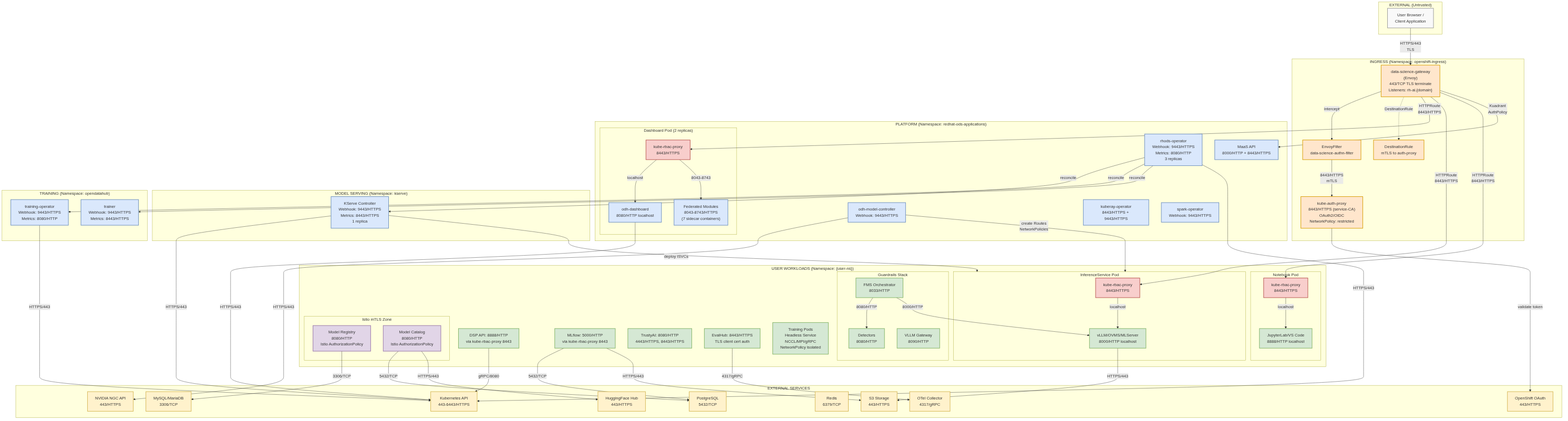
The Mermaid diagram architecture/rhoai-3.4-ea.2/diagrams/platform-security-network.png in rhuss/architecture-context, before a commit. Its source is kept beside it as architecture/rhoai-3.4-ea.2/diagrams/platform-security-network.mmd. Source of this version:
```mermaid

graph TB
    subgraph External["EXTERNAL (Untrusted)"]
        User["User Browser /<br/>Client Application"]
    end

    subgraph Ingress["INGRESS (Namespace: openshift-ingress)"]
        Gateway["data-science-gateway<br/>(Envoy)<br/>443/TCP TLS terminate<br/>Listeners: rh-ai.{domain}"]
        EnvoyFilter["EnvoyFilter<br/>data-science-authn-filter"]
        AuthProxy["kube-auth-proxy<br/>8443/HTTPS (service-CA)<br/>OAuth2/OIDC<br/>NetworkPolicy: restricted"]
        DestRule["DestinationRule<br/>mTLS to auth-proxy"]
    end

    subgraph PlatformNS["PLATFORM (Namespace: redhat-ods-applications)"]
        direction TB

        subgraph DashboardPod["Dashboard Pod (2 replicas)"]
            DashProxy["kube-rbac-proxy<br/>8443/HTTPS"]
            DashApp["odh-dashboard<br/>8080/HTTP localhost"]
            FedModules["Federated Modules<br/>8043-8743/HTTPS<br/>(7 sidecar containers)"]
        end

        RhodsOp["rhods-operator<br/>Webhook: 9443/HTTPS<br/>Metrics: 8080/HTTP<br/>3 replicas"]
        ModelCtrl["odh-model-controller<br/>Webhook: 9443/HTTPS"]
        KubeRayOp["kuberay-operator<br/>8443/HTTPS + 9443/HTTPS"]
        SparkOp["spark-operator<br/>Webhook: 9443/HTTPS"]
        MaaSAPI["MaaS API<br/>8000/HTTP + 8443/HTTPS"]
    end

    subgraph KServeNS["MODEL SERVING (Namespace: kserve)"]
        KServeCtrl["KServe Controller<br/>Webhook: 9443/HTTPS<br/>Metrics: 8443/HTTPS<br/>1 replica"]
    end

    subgraph TrainingNS["TRAINING (Namespace: opendatahub)"]
        TrainingOp["training-operator<br/>Webhook: 9443/HTTPS<br/>Metrics: 8080/HTTP"]
        TrainerCtrl["trainer<br/>Webhook: 9443/HTTPS<br/>Metrics: 8443/HTTPS"]
    end

    subgraph UserNS["USER WORKLOADS (Namespace: {user-ns})"]
        direction TB

        subgraph ISVCPod["InferenceService Pod"]
            ISVCProxy["kube-rbac-proxy<br/>8443/HTTPS"]
            vLLM["vLLM/OVMS/MLServer<br/>8000/HTTP localhost"]
        end

        subgraph NotebookPod["Notebook Pod"]
            NBProxy["kube-rbac-proxy<br/>8443/HTTPS"]
            Jupyter["JupyterLab/VS Code<br/>8888/HTTP localhost"]
        end

        subgraph GuardrailsPod["Guardrails Stack"]
            FMSOrch["FMS Orchestrator<br/>8033/HTTP"]
            Detectors["Detectors<br/>8080/HTTP"]
            VLLMGw["VLLM Gateway<br/>8090/HTTP"]
        end

        subgraph IstioZone["Istio mTLS Zone"]
            ModelReg["Model Registry<br/>8080/HTTP<br/>Istio AuthorizationPolicy"]
            ModelCat["Model Catalog<br/>8080/HTTP<br/>Istio AuthorizationPolicy"]
        end

        DSP["DSP API: 8888/HTTP<br/>via kube-rbac-proxy 8443"]
        MLflowSvc["MLflow: 5000/HTTP<br/>via kube-rbac-proxy 8443"]
        TrustyAI["TrustyAI: 8080/HTTP<br/>4443/HTTPS, 8443/HTTPS"]
        EvalHubSvc["EvalHub: 8443/HTTPS<br/>TLS client cert auth"]
        TrainPods["Training Pods<br/>Headless Service<br/>NCCL/MPI/gRPC<br/>NetworkPolicy isolated"]
    end

    subgraph ExternalSvc["EXTERNAL SERVICES"]
        OAuth["OpenShift OAuth<br/>443/HTTPS"]
        K8sAPI["Kubernetes API<br/>443-6443/HTTPS"]
        PostgreSQL["PostgreSQL<br/>5432/TCP"]
        MySQL["MySQL/MariaDB<br/>3306/TCP"]
        S3["S3 Storage<br/>443/HTTPS"]
        Redis["Redis<br/>6379/TCP"]
        HuggingFace["HuggingFace Hub<br/>443/HTTPS"]
        NVIDIA["NVIDIA NGC API<br/>443/HTTPS"]
        OTel["OTel Collector<br/>4317/gRPC"]
    end

    User -->|"HTTPS/443<br/>TLS"| Gateway
    Gateway -->|intercept| EnvoyFilter
    EnvoyFilter -->|"8443/HTTPS<br/>mTLS"| AuthProxy
    AuthProxy -->|"validate token"| OAuth
    Gateway -.->|DestinationRule| DestRule

    Gateway -->|"HTTPRoute<br/>8443/HTTPS"| DashProxy
    DashProxy -->|"localhost"| DashApp
    DashProxy -->|"8043-8743"| FedModules
    Gateway -->|"HTTPRoute<br/>8443/HTTPS"| ISVCProxy
    ISVCProxy -->|"localhost"| vLLM
    Gateway -->|"HTTPRoute<br/>8443/HTTPS"| NBProxy
    NBProxy -->|"localhost"| Jupyter
    Gateway -->|"Kuadrant<br/>AuthPolicy"| MaaSAPI

    RhodsOp -->|"reconcile"| KServeCtrl
    RhodsOp -->|"reconcile"| TrainingOp
    RhodsOp -->|"reconcile"| TrainerCtrl
    KServeCtrl -->|"deploy ISVCs"| ISVCPod
    ModelCtrl -->|"create Routes<br/>NetworkPolicies"| ISVCPod

    vLLM -->|"HTTPS/443"| S3
    DSP -->|"gRPC/8080"| K8sAPI
    MLflowSvc -->|"5432/TCP"| PostgreSQL
    MLflowSvc -->|"HTTPS/443"| S3
    ModelReg -->|"3306/TCP"| MySQL
    ModelCat -->|"5432/TCP"| PostgreSQL
    ModelCat -->|"HTTPS/443"| HuggingFace
    ModelCtrl -->|"HTTPS/443"| NVIDIA
    EvalHubSvc -->|"4317/gRPC"| OTel
    FMSOrch -->|"8080/HTTP"| Detectors
    FMSOrch -->|"8000/HTTP"| vLLM

    RhodsOp -->|"HTTPS/443"| K8sAPI
    KServeCtrl -->|"HTTPS/443"| K8sAPI
    TrainingOp -->|"HTTPS/443"| K8sAPI
    DashApp -->|"HTTPS/443"| K8sAPI

    classDef external fill:#f9f9f9,stroke:#999,stroke-width:2px
    classDef ingress fill:#ffe6cc,stroke:#d79b00,stroke-width:2px
    classDef platform fill:#dae8fc,stroke:#6c8ebf,stroke-width:2px
    classDef userworkload fill:#d5e8d4,stroke:#82b366,stroke-width:2px
    classDef istio fill:#e1d5e7,stroke:#9673a6,stroke-width:2px
    classDef extsvc fill:#fff2cc,stroke:#d6b656,stroke-width:2px
    classDef proxy fill:#f8cecc,stroke:#b85450,stroke-width:2px

    class User external
    class Gateway,EnvoyFilter,AuthProxy,DestRule ingress
    class DashApp,RhodsOp,ModelCtrl,KubeRayOp,SparkOp,MaaSAPI,FedModules platform
    class DashProxy,ISVCProxy,NBProxy proxy
    class vLLM,Jupyter,FMSOrch,Detectors,VLLMGw,DSP,MLflowSvc,TrustyAI,EvalHubSvc,TrainPods userworkload
    class ModelReg,ModelCat istio
    class KServeCtrl,TrainingOp,TrainerCtrl platform
    class OAuth,K8sAPI,PostgreSQL,MySQL,S3,Redis,HuggingFace,NVIDIA,OTel extsvc
```
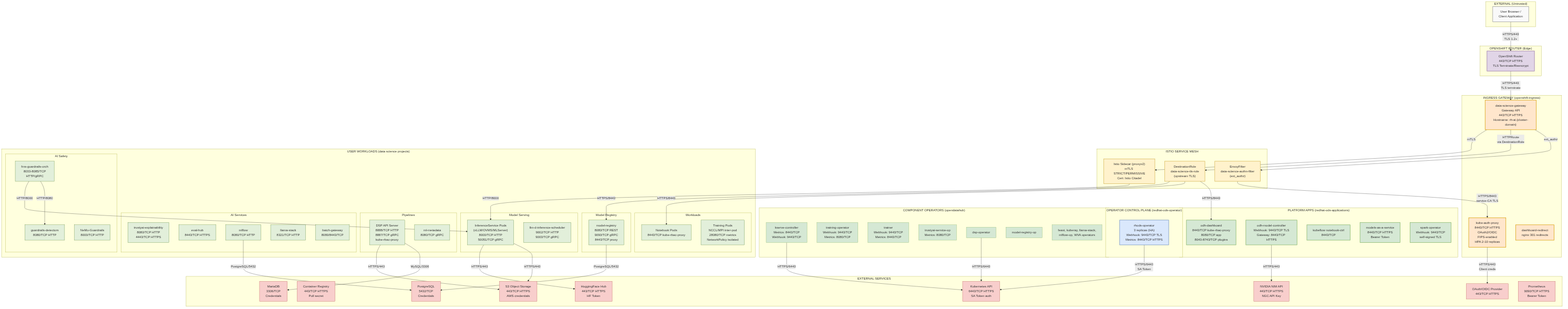
The same diagram one commit later.

Diff of the diagram source:
```diff
@@ -1,135 +1,142 @@
 
 graph TB
     subgraph External["EXTERNAL (Untrusted)"]
-        User["User Browser /<br/>Client Application"]
+        Client["User Browser /<br/>Client Application"]
     end
 
-    subgraph Ingress["INGRESS (Namespace: openshift-ingress)"]
-        Gateway["data-science-gateway<br/>(Envoy)<br/>443/TCP TLS terminate<br/>Listeners: rh-ai.{domain}"]
-        EnvoyFilter["EnvoyFilter<br/>data-science-authn-filter"]
-        AuthProxy["kube-auth-proxy<br/>8443/HTTPS (service-CA)<br/>OAuth2/OIDC<br/>NetworkPolicy: restricted"]
-        DestRule["DestinationRule<br/>mTLS to auth-proxy"]
+    subgraph Router["OPENSHIFT ROUTER (Edge)"]
+        OSRouter["OpenShift Router<br/>443/TCP HTTPS<br/>TLS Terminate/Reencrypt"]
     end
 
-    subgraph PlatformNS["PLATFORM (Namespace: redhat-ods-applications)"]
+    subgraph IngressGW["INGRESS GATEWAY (openshift-ingress)"]
+        Gateway["data-science-gateway<br/>Gateway API<br/>443/TCP HTTPS<br/>Hostname: rh-ai.{cluster-domain}"]
+        AuthProxy["kube-auth-proxy<br/>8443/TCP HTTPS<br/>OAuth2/OIDC<br/>FIPS-enabled<br/>HPA 2-10 replicas"]
+        DashRedir["dashboard-redirect<br/>nginx 301 redirects"]
+    end
+
+    subgraph OperatorCP["OPERATOR CONTROL PLANE (redhat-ods-operator)"]
+        RhodsOp["rhods-operator<br/>3 replicas (HA)<br/>Webhook: 9443/TCP TLS<br/>Metrics: 8443/TCP HTTPS"]
+    end
+
+    subgraph PlatformApps["PLATFORM APPS (redhat-ods-applications)"]
+        Dashboard["odh-dashboard<br/>8443/TCP kube-rbac-proxy<br/>8080/TCP app<br/>8043-8743/TCP plugins"]
+        ModelCtrl["odh-model-controller<br/>Webhook: 9443/TCP TLS<br/>Gateway: 8443/TCP HTTPS"]
+        NotebookCtrl["kubeflow notebook-ctrl<br/>8443/TCP"]
+        MaaS["models-as-a-service<br/>8443/TCP HTTPS<br/>Bearer Token"]
+        SparkOp["spark-operator<br/>Webhook: 9443/TCP<br/>self-signed TLS"]
+    end
+
+    subgraph CompOperators["COMPONENT OPERATORS (opendatahub)"]
+        KServeCtrl["kserve-controller<br/>Metrics: 8443/TCP<br/>Webhook: 9443/TCP"]
+        TrainingOp["training-operator<br/>Webhook: 9443/TCP<br/>Metrics: 8080/TCP"]
+        TrainerOp["trainer<br/>Webhook: 9443/TCP<br/>Metrics: 8443/TCP"]
+        TrustyAIOp["trustyai-service-op<br/>Metrics: 8080/TCP"]
+        DSPOp["dsp-operator"]
+        MROp["model-registry-op"]
+        OtherOps["feast, kuberay, llama-stack,<br/>mlflow-op, WVA operators"]
+    end
+
+    subgraph ServiceMesh["ISTIO SERVICE MESH"]
+        EnvoyFilter["EnvoyFilter<br/>data-science-authn-filter<br/>(ext_authz)"]
+        DestRule["DestinationRule<br/>data-science-tls-rule<br/>(upstream TLS)"]
+        Sidecar["Istio Sidecar (proxyv2)<br/>mTLS STRICT/PERMISSIVE<br/>Cert: Istio Citadel"]
+    end
+
+    subgraph UserNS["USER WORKLOADS (data science projects)"]
         direction TB
 
-        subgraph DashboardPod["Dashboard Pod (2 replicas)"]
-            DashProxy["kube-rbac-proxy<br/>8443/HTTPS"]
-            DashApp["odh-dashboard<br/>8080/HTTP localhost"]
-            FedModules["Federated Modules<br/>8043-8743/HTTPS<br/>(7 sidecar containers)"]
+        subgraph ServingPods["Model Serving"]
+            InferPod["InferenceService Pods<br/>(vLLM/OVMS/MLServer)<br/>8000/TCP HTTP<br/>50051/TCP gRPC"]
+            LLMDEPP["llm-d-inference-scheduler<br/>9002/TCP HTTP<br/>9003/TCP gRPC"]
         end
 
-        RhodsOp["rhods-operator<br/>Webhook: 9443/HTTPS<br/>Metrics: 8080/HTTP<br/>3 replicas"]
-        ModelCtrl["odh-model-controller<br/>Webhook: 9443/HTTPS"]
-        KubeRayOp["kuberay-operator<br/>8443/HTTPS + 9443/HTTPS"]
-        SparkOp["spark-operator<br/>Webhook: 9443/HTTPS"]
-        MaaSAPI["MaaS API<br/>8000/HTTP + 8443/HTTPS"]
-    end
-
-    subgraph KServeNS["MODEL SERVING (Namespace: kserve)"]
-        KServeCtrl["KServe Controller<br/>Webhook: 9443/HTTPS<br/>Metrics: 8443/HTTPS<br/>1 replica"]
-    end
-
-    subgraph TrainingNS["TRAINING (Namespace: opendatahub)"]
-        TrainingOp["training-operator<br/>Webhook: 9443/HTTPS<br/>Metrics: 8080/HTTP"]
-        TrainerCtrl["trainer<br/>Webhook: 9443/HTTPS<br/>Metrics: 8443/HTTPS"]
-    end
-
-    subgraph UserNS["USER WORKLOADS (Namespace: {user-ns})"]
-        direction TB
-
-        subgraph ISVCPod["InferenceService Pod"]
-            ISVCProxy["kube-rbac-proxy<br/>8443/HTTPS"]
-            vLLM["vLLM/OVMS/MLServer<br/>8000/HTTP localhost"]
+        subgraph PipelinePods["Pipelines"]
+            DSPApi["DSP API Server<br/>8888/TCP HTTP<br/>8887/TCP gRPC<br/>kube-rbac-proxy"]
+            MLMD["ml-metadata<br/>8080/TCP gRPC"]
         end
 
-        subgraph NotebookPod["Notebook Pod"]
-            NBProxy["kube-rbac-proxy<br/>8443/HTTPS"]
-            Jupyter["JupyterLab/VS Code<br/>8888/HTTP localhost"]
+        subgraph RegistryPods["Model Registry"]
+            MR["model-registry<br/>8080/TCP REST<br/>9090/TCP gRPC<br/>8443/TCP proxy"]
         end
 
-        subgraph GuardrailsPod["Guardrails Stack"]
-            FMSOrch["FMS Orchestrator<br/>8033/HTTP"]
-            Detectors["Detectors<br/>8080/HTTP"]
-            VLLMGw["VLLM Gateway<br/>8090/HTTP"]
+        subgraph SafetyPods["AI Safety"]
+            GuardrailsOrc["fms-guardrails-orch<br/>8033-8085/TCP<br/>HTTP/gRPC"]
+            Detectors["guardrails-detectors<br/>8080/TCP HTTP"]
+            NeMoGR["NeMo-Guardrails<br/>8000/TCP HTTP"]
         end
 
-        subgraph IstioZone["Istio mTLS Zone"]
-            ModelReg["Model Registry<br/>8080/HTTP<br/>Istio AuthorizationPolicy"]
-            ModelCat["Model Catalog<br/>8080/HTTP<br/>Istio AuthorizationPolicy"]
+        subgraph AIPods["AI Services"]
+            TrustyAI["trustyai-explainability<br/>8080/TCP HTTP<br/>4443/TCP HTTPS"]
+            EvalHub["eval-hub<br/>8443/TCP HTTPS"]
+            MLflow["mlflow<br/>8080/TCP HTTP"]
+            LlamaStack["llama-stack<br/>8321/TCP HTTP"]
+            BatchGW["batch-gateway<br/>8080/8443/TCP"]
         end
 
-        DSP["DSP API: 8888/HTTP<br/>via kube-rbac-proxy 8443"]
-        MLflowSvc["MLflow: 5000/HTTP<br/>via kube-rbac-proxy 8443"]
-        TrustyAI["TrustyAI: 8080/HTTP<br/>4443/HTTPS, 8443/HTTPS"]
-        EvalHubSvc["EvalHub: 8443/HTTPS<br/>TLS client cert auth"]
-        TrainPods["Training Pods<br/>Headless Service<br/>NCCL/MPI/gRPC<br/>NetworkPolicy isolated"]
+        subgraph WorkloadPods["Workloads"]
+            Notebooks["Notebook Pods<br/>8443/TCP kube-rbac-proxy"]
+            TrainPods["Training Pods<br/>NCCL/MPI inter-pod<br/>28080/TCP metrics<br/>NetworkPolicy isolated"]
+        end
     end
 
     subgraph ExternalSvc["EXTERNAL SERVICES"]
-        OAuth["OpenShift OAuth<br/>443/HTTPS"]
-        K8sAPI["Kubernetes API<br/>443-6443/HTTPS"]
-        PostgreSQL["PostgreSQL<br/>5432/TCP"]
-        MySQL["MySQL/MariaDB<br/>3306/TCP"]
-        S3["S3 Storage<br/>443/HTTPS"]
-        Redis["Redis<br/>6379/TCP"]
-        HuggingFace["HuggingFace Hub<br/>443/HTTPS"]
-        NVIDIA["NVIDIA NGC API<br/>443/HTTPS"]
-        OTel["OTel Collector<br/>4317/gRPC"]
+        K8sAPI["Kubernetes API<br/>6443/TCP HTTPS<br/>SA Token auth"]
+        Registry["Container Registry<br/>443/TCP HTTPS<br/>Pull secret"]
+        S3["S3 Object Storage<br/>443/TCP HTTPS<br/>AWS credentials"]
+        HFHub["HuggingFace Hub<br/>443/TCP HTTPS<br/>HF Token"]
+        MariaDB["MariaDB<br/>3306/TCP<br/>Credentials"]
+        PostgreSQL["PostgreSQL<br/>5432/TCP<br/>Credentials"]
+        IDP["OAuth/OIDC Provider<br/>443/TCP HTTPS"]
+        NIM["NVIDIA NIM API<br/>443/TCP HTTPS<br/>NGC API Key"]
+        Prometheus["Prometheus<br/>9090/TCP HTTPS<br/>Bearer Token"]
     end
 
-    User -->|"HTTPS/443<br/>TLS"| Gateway
-    Gateway -->|intercept| EnvoyFilter
-    EnvoyFilter -->|"8443/HTTPS<br/>mTLS"| AuthProxy
-    AuthProxy -->|"validate token"| OAuth
-    Gateway -.->|DestinationRule| DestRule
+    Client -->|"HTTPS/443<br/>TLS 1.2+"| OSRouter
+    OSRouter -->|"HTTPS/443<br/>TLS terminate"| Gateway
 
-    Gateway -->|"HTTPRoute<br/>8443/HTTPS"| DashProxy
-    DashProxy -->|"localhost"| DashApp
-    DashProxy -->|"8043-8743"| FedModules
-    Gateway -->|"HTTPRoute<br/>8443/HTTPS"| ISVCProxy
-    ISVCProxy -->|"localhost"| vLLM
-    Gateway -->|"HTTPRoute<br/>8443/HTTPS"| NBProxy
-    NBProxy -->|"localhost"| Jupyter
-    Gateway -->|"Kuadrant<br/>AuthPolicy"| MaaSAPI
+    Gateway -->|"ext_authz"| EnvoyFilter
+    EnvoyFilter -->|"HTTPS/8443<br/>service-CA TLS"| AuthProxy
+    AuthProxy -->|"HTTPS/443<br/>Client creds"| IDP
 
-    RhodsOp -->|"reconcile"| KServeCtrl
-    RhodsOp -->|"reconcile"| TrainingOp
-    RhodsOp -->|"reconcile"| TrainerCtrl
-    KServeCtrl -->|"deploy ISVCs"| ISVCPod
-    ModelCtrl -->|"create Routes<br/>NetworkPolicies"| ISVCPod
+    Gateway -->|"HTTPRoute<br/>via DestinationRule"| DestRule
+    DestRule -->|"HTTPS/8443"| Dashboard
+    DestRule -->|"HTTPS/8443"| Notebooks
+    DestRule -->|"HTTPS/8443"| MR
 
-    vLLM -->|"HTTPS/443"| S3
-    DSP -->|"gRPC/8080"| K8sAPI
-    MLflowSvc -->|"5432/TCP"| PostgreSQL
-    MLflowSvc -->|"HTTPS/443"| S3
-    ModelReg -->|"3306/TCP"| MySQL
-    ModelCat -->|"5432/TCP"| PostgreSQL
-    ModelCat -->|"HTTPS/443"| HuggingFace
-    ModelCtrl -->|"HTTPS/443"| NVIDIA
-    EvalHubSvc -->|"4317/gRPC"| OTel
-    FMSOrch -->|"8080/HTTP"| Detectors
-    FMSOrch -->|"8000/HTTP"| vLLM
+    RhodsOp -->|"HTTPS/6443<br/>SA Token"| K8sAPI
+    KServeCtrl -->|"HTTPS/6443"| K8sAPI
+    DSPOp -->|"HTTPS/6443"| K8sAPI
 
-    RhodsOp -->|"HTTPS/443"| K8sAPI
-    KServeCtrl -->|"HTTPS/443"| K8sAPI
-    TrainingOp -->|"HTTPS/443"| K8sAPI
-    DashApp -->|"HTTPS/443"| K8sAPI
+    Gateway -->|"mTLS"| Sidecar
+    Sidecar -->|"HTTP/8000"| InferPod
+
+    InferPod -->|"HTTPS/443"| S3
+    InferPod -->|"HTTPS/443"| HFHub
+    DSPApi -->|"MySQL/3306"| MariaDB
+    DSPApi -->|"HTTPS/443"| S3
+    MR -->|"PostgreSQL/5432"| PostgreSQL
+    ModelCtrl -->|"HTTPS/443"| NIM
+    MLflow -->|"PostgreSQL/5432"| PostgreSQL
+
+    GuardrailsOrc -->|"HTTP/8080"| Detectors
+    GuardrailsOrc -->|"HTTP/8000"| InferPod
 
     classDef external fill:#f9f9f9,stroke:#999,stroke-width:2px
+    classDef router fill:#e1d5e7,stroke:#9673a6,stroke-width:2px
     classDef ingress fill:#ffe6cc,stroke:#d79b00,stroke-width:2px
-    classDef platform fill:#dae8fc,stroke:#6c8ebf,stroke-width:2px
-    classDef userworkload fill:#d5e8d4,stroke:#82b366,stroke-width:2px
-    classDef istio fill:#e1d5e7,stroke:#9673a6,stroke-width:2px
-    classDef extsvc fill:#fff2cc,stroke:#d6b656,stroke-width:2px
-    classDef proxy fill:#f8cecc,stroke:#b85450,stroke-width:2px
+    classDef controlplane fill:#dae8fc,stroke:#6c8ebf,stroke-width:2px
+    classDef platform fill:#d5e8d4,stroke:#82b366,stroke-width:2px
+    classDef operators fill:#d5e8d4,stroke:#82b366,stroke-width:1px
+    classDef mesh fill:#fff2cc,stroke:#d6b656,stroke-width:2px
+    classDef userworkload fill:#e2efda,stroke:#548235,stroke-width:1px
+    classDef extsvc fill:#f8cecc,stroke:#b85450,stroke-width:1px
 
-    class User external
-    class Gateway,EnvoyFilter,AuthProxy,DestRule ingress
-    class DashApp,RhodsOp,ModelCtrl,KubeRayOp,SparkOp,MaaSAPI,FedModules platform
-    class DashProxy,ISVCProxy,NBProxy proxy
-    class vLLM,Jupyter,FMSOrch,Detectors,VLLMGw,DSP,MLflowSvc,TrustyAI,EvalHubSvc,TrainPods userworkload
-    class ModelReg,ModelCat istio
-    class KServeCtrl,TrainingOp,TrainerCtrl platform
-    class OAuth,K8sAPI,PostgreSQL,MySQL,S3,Redis,HuggingFace,NVIDIA,OTel extsvc
+    class Client external
+    class OSRouter router
+    class Gateway,AuthProxy,DashRedir ingress
+    class RhodsOp controlplane
+    class Dashboard,ModelCtrl,NotebookCtrl,MaaS,SparkOp platform
+    class KServeCtrl,TrainingOp,TrainerOp,TrustyAIOp,DSPOp,MROp,OtherOps operators
+    class EnvoyFilter,DestRule,Sidecar mesh
+    class InferPod,LLMDEPP,DSPApi,MLMD,MR,GuardrailsOrc,Detectors,NeMoGR,TrustyAI,EvalHub,MLflow,LlamaStack,BatchGW,Notebooks,TrainPods userworkload
+    class K8sAPI,Registry,S3,HFHub,MariaDB,PostgreSQL,IDP,NIM,Prometheus extsvc
```
